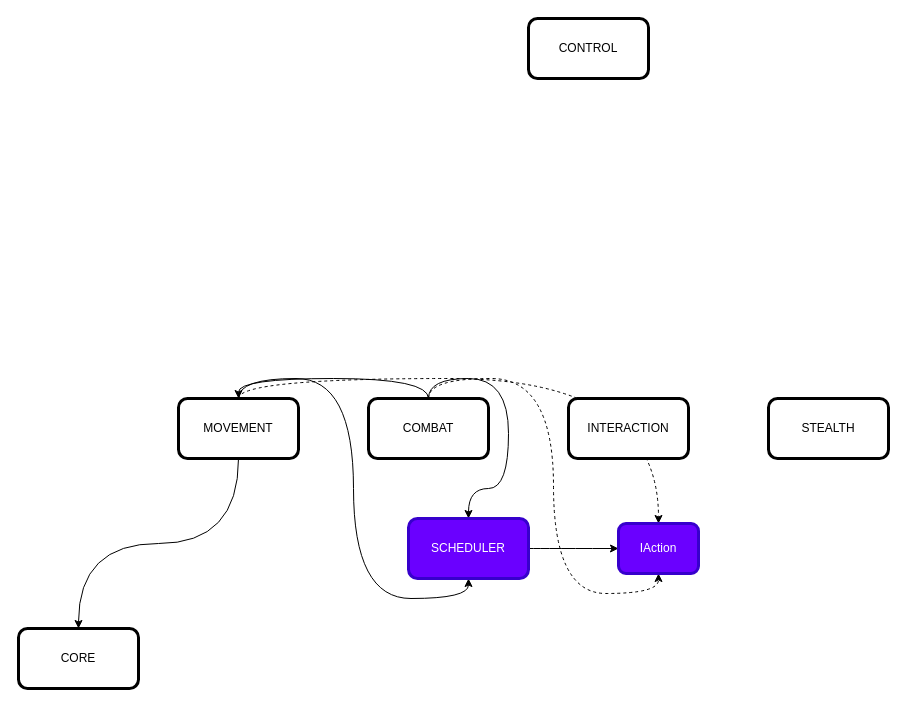
Above: _Docs/Architecture.drawio in rafaelmmedeiros/Mount-Mortem-Mystery (draw.io), before the change. Source tidied: cells renumbered, new cells numbered last; positions are measured from the earlier drawing's top-left corner, leaving out a move shared by most shapes. Both pictures are drawn from the tidied source at 100%, with x=0, y=0 at pixel (18, 18).
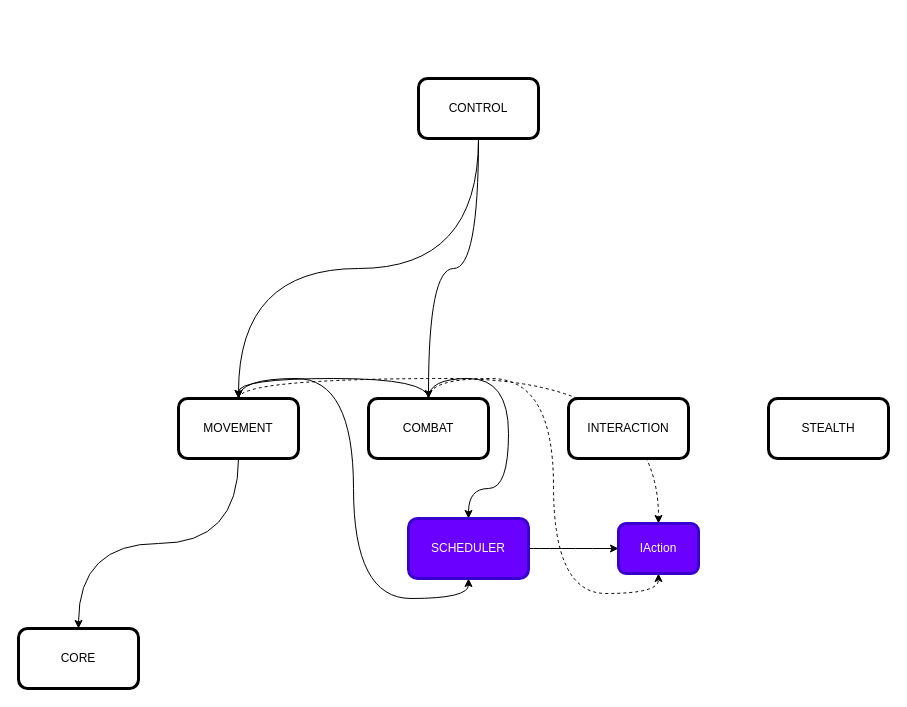
The same page after the edit.

Change to the diagram source:
```diff
@@
 <mxGraphModel>
   <root>
     <mxCell id="0" />
     <mxCell id="1" parent="0" />
     <mxCell id="2" value="CORE" style="rounded=1;whiteSpace=wrap;html=1;strokeWidth=3;" parent="1" vertex="1">
       <mxGeometry y="610" width="120" height="60" as="geometry" />
     </mxCell>
+    <mxCell id="17" style="edgeStyle=orthogonalEdgeStyle;rounded=0;jettySize=auto;html=1;exitX=0.5;exitY=1;exitDx=0;exitDy=0;entryX=0.5;entryY=0;entryDx=0;entryDy=0;curved=1;" parent="1" edge="1" source="3" target="7">
+      <mxGeometry relative="1" as="geometry" />
+    </mxCell>
+    <mxCell id="18" style="edgeStyle=orthogonalEdgeStyle;curved=1;rounded=0;jettySize=auto;html=1;exitX=0.5;exitY=1;exitDx=0;exitDy=0;entryX=0.5;entryY=0;entryDx=0;entryDy=0;" parent="1" edge="1" source="3" target="11">
+      <mxGeometry relative="1" as="geometry" />
+    </mxCell>
     <mxCell id="3" value="CONTROL" style="rounded=1;whiteSpace=wrap;html=1;strokeWidth=3;" parent="1" vertex="1">
-      <mxGeometry x="510" width="120" height="60" as="geometry" />
+      <mxGeometry x="400" y="60" width="120" height="60" as="geometry" />
     </mxCell>
     <mxCell id="4" style="edgeStyle=orthogonalEdgeStyle;rounded=0;jettySize=auto;html=1;exitX=0.5;exitY=1;exitDx=0;exitDy=0;entryX=0.5;entryY=0;entryDx=0;entryDy=0;strokeWidth=1;curved=1;" parent="1" edge="1" source="7" target="2">
       <mxGeometry relative="1" as="geometry" />
     </mxCell>
     <mxCell id="5" style="edgeStyle=orthogonalEdgeStyle;curved=1;rounded=1;sketch=0;jettySize=auto;html=1;exitX=0.5;exitY=0;exitDx=0;exitDy=0;entryX=0.5;entryY=1;entryDx=0;entryDy=0;" parent="1" edge="1" source="7" target="15">
       <mxGeometry relative="1" as="geometry" />
     </mxCell>
     <mxCell id="6" style="edgeStyle=orthogonalEdgeStyle;curved=1;rounded=1;sketch=0;jettySize=auto;html=1;exitX=0.5;exitY=0;exitDx=0;exitDy=0;dashed=1;" parent="1" edge="1" source="7" target="16">
       <mxGeometry relative="1" as="geometry" />
     </mxCell>
     <mxCell id="7" value="MOVEMENT" style="rounded=1;whiteSpace=wrap;html=1;strokeWidth=3;" parent="1" vertex="1">
       <mxGeometry x="160" y="380" width="120" height="60" as="geometry" />
     </mxCell>
     <mxCell id="8" style="edgeStyle=orthogonalEdgeStyle;curved=1;rounded=1;sketch=0;jettySize=auto;html=1;exitX=0.5;exitY=0;exitDx=0;exitDy=0;entryX=0.5;entryY=0;entryDx=0;entryDy=0;" parent="1" edge="1" source="11" target="7">
       <mxGeometry relative="1" as="geometry" />
     </mxCell>
     <mxCell id="9" style="edgeStyle=orthogonalEdgeStyle;curved=1;rounded=1;sketch=0;jettySize=auto;html=1;exitX=0.5;exitY=0;exitDx=0;exitDy=0;" parent="1" edge="1" source="11" target="15">
       <mxGeometry relative="1" as="geometry" />
     </mxCell>
     <mxCell id="10" style="edgeStyle=orthogonalEdgeStyle;curved=1;rounded=1;sketch=0;jettySize=auto;html=1;exitX=0.5;exitY=0;exitDx=0;exitDy=0;entryX=0.5;entryY=1;entryDx=0;entryDy=0;dashed=1;" parent="1" edge="1" source="11" target="16">
       <mxGeometry relative="1" as="geometry" />
     </mxCell>
     <mxCell id="11" value="COMBAT" style="rounded=1;whiteSpace=wrap;html=1;strokeWidth=3;" parent="1" vertex="1">
       <mxGeometry x="350" y="380" width="120" height="60" as="geometry" />
     </mxCell>
     <mxCell id="12" value="INTERACTION" style="rounded=1;whiteSpace=wrap;html=1;strokeWidth=3;" parent="1" vertex="1">
       <mxGeometry x="550" y="380" width="120" height="60" as="geometry" />
     </mxCell>
     <mxCell id="13" value="STEALTH" style="rounded=1;whiteSpace=wrap;html=1;strokeWidth=3;" parent="1" vertex="1">
       <mxGeometry x="750" y="380" width="120" height="60" as="geometry" />
     </mxCell>
     <mxCell id="14" style="edgeStyle=orthogonalEdgeStyle;curved=1;rounded=1;sketch=0;jettySize=auto;html=1;" parent="1" edge="1" source="15" target="16">
       <mxGeometry relative="1" as="geometry" />
     </mxCell>
     <mxCell id="15" value="SCHEDULER" style="rounded=1;whiteSpace=wrap;html=1;strokeWidth=3;fillColor=#6a00ff;strokeColor=#3700CC;fontColor=#ffffff;" parent="1" vertex="1">
       <mxGeometry x="390" y="500" width="120" height="60" as="geometry" />
     </mxCell>
     <mxCell id="16" value="IAction" style="rounded=1;whiteSpace=wrap;html=1;strokeWidth=3;fillColor=#6a00ff;strokeColor=#3700CC;fontColor=#ffffff;" parent="1" vertex="1">
       <mxGeometry x="600" y="505" width="80" height="50" as="geometry" />
     </mxCell>
   </root>
 </mxGraphModel>
```
